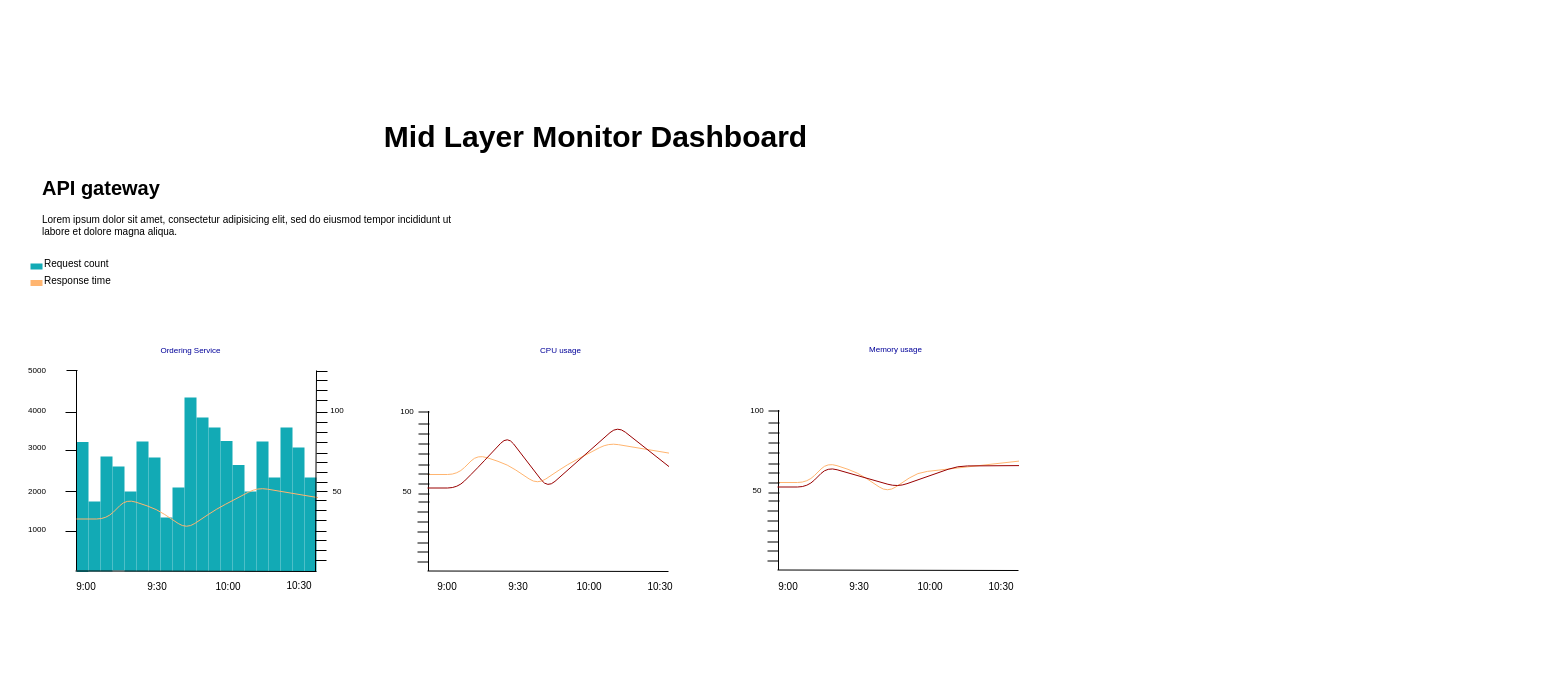
Earlier version of the draw.io diagram Starbucks Middle Layer Monitor Dashboard.drawio (sotheair/designs). Source tidied: cells renumbered, new cells numbered last; positions are measured from the earlier drawing's top-left corner, leaving out a move shared by most shapes. Both pictures are drawn from the tidied source at 100%, with x=0, y=0 at pixel (17, 116).
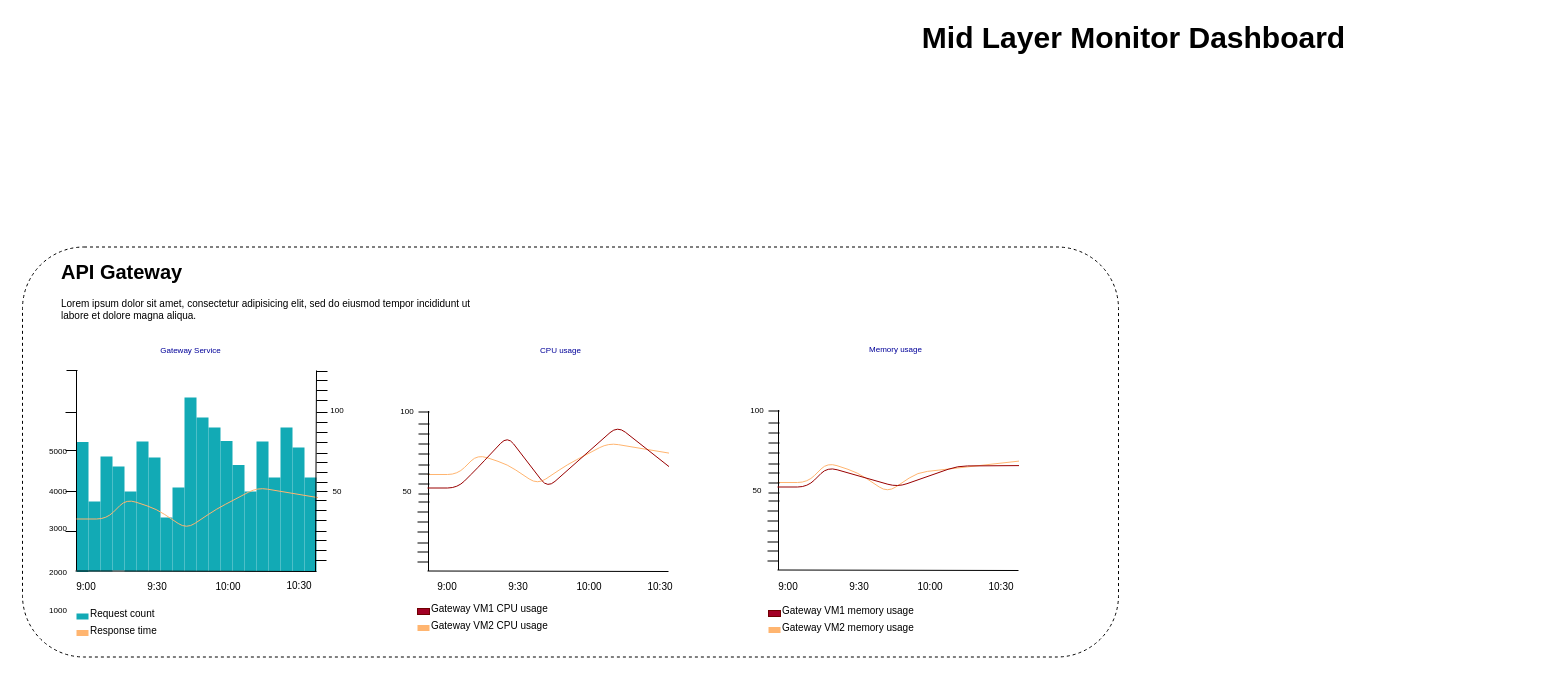
The same diagram, later.

Diff of the diagram source:
```diff
@@
+    <mxCell id="123" style="rounded=1;whiteSpace=wrap;html=1;dashed=1;" parent="1" vertex="1">
+      <mxGeometry x="5" y="130.5" width="1096" height="410" as="geometry" />
+    </mxCell>
@@
     <mxCell id="3" style="whiteSpace=wrap;fillColor=#12AAB5;gradientColor=none;gradientDirection=east;strokeColor=none;html=1;fontColor=#23445d;" parent="1" vertex="1">
-      <mxGeometry x="13" y="147" width="12" height="6" as="geometry" />
+      <mxGeometry x="59" y="497" width="12" height="6" as="geometry" />
     </mxCell>
     <mxCell id="4" value="Request count" style="text;spacingTop=-5;html=1;fontSize=10;" parent="1" vertex="1">
-      <mxGeometry x="25" y="140" width="80" height="20" as="geometry" />
+      <mxGeometry x="71" y="490" width="80" height="20" as="geometry" />
     </mxCell>
     <mxCell id="5" value="Mid Layer Monitor Dashboard" style="text;spacingTop=-5;align=center;verticalAlign=middle;fontSize=30;fontStyle=1;html=1;" parent="1" vertex="1">
-      <mxGeometry x="173" width="810" height="45" as="geometry" />
+      <mxGeometry x="711" y="-99.5" width="810" height="45" as="geometry" />
     </mxCell>
@@
     <mxCell id="54" value="&lt;font style=&quot;font-size: 8px;&quot;&gt;1000&lt;/font&gt;" style="text;html=1;align=center;verticalAlign=middle;whiteSpace=wrap;rounded=0;fontSize=8;" parent="1" vertex="1">
-      <mxGeometry y="403" width="40" height="20" as="geometry" />
+      <mxGeometry x="21" y="483.5" width="40" height="20" as="geometry" />
     </mxCell>
     <mxCell id="55" value="&lt;font style=&quot;font-size: 8px&quot;&gt;2000&lt;/font&gt;" style="text;html=1;align=center;verticalAlign=middle;whiteSpace=wrap;rounded=0;fontSize=8;" parent="1" vertex="1">
-      <mxGeometry y="365" width="40" height="20" as="geometry" />
+      <mxGeometry x="21" y="445.5" width="40" height="20" as="geometry" />
     </mxCell>
     <mxCell id="56" value="&lt;font style=&quot;font-size: 8px&quot;&gt;3000&lt;/font&gt;" style="text;html=1;align=center;verticalAlign=middle;whiteSpace=wrap;rounded=0;fontSize=8;" parent="1" vertex="1">
-      <mxGeometry y="321" width="40" height="20" as="geometry" />
+      <mxGeometry x="21" y="401.5" width="40" height="20" as="geometry" />
     </mxCell>
     <mxCell id="57" value="&lt;font style=&quot;font-size: 8px&quot;&gt;4000&lt;/font&gt;" style="text;html=1;align=center;verticalAlign=middle;whiteSpace=wrap;rounded=0;fontSize=8;" parent="1" vertex="1">
-      <mxGeometry y="284" width="40" height="20" as="geometry" />
+      <mxGeometry x="21" y="364.5" width="40" height="20" as="geometry" />
     </mxCell>
     <mxCell id="58" value="&lt;font style=&quot;font-size: 8px&quot;&gt;5000&lt;/font&gt;" style="text;html=1;align=center;verticalAlign=middle;whiteSpace=wrap;rounded=0;fontSize=8;" parent="1" vertex="1">
-      <mxGeometry y="244" width="40" height="20" as="geometry" />
+      <mxGeometry x="21" y="324.5" width="40" height="20" as="geometry" />
     </mxCell>
@@
-    <mxCell id="61" value="Ordering Service" style="text;html=1;strokeColor=none;fillColor=none;align=center;verticalAlign=middle;whiteSpace=wrap;rounded=0;fontSize=8;fontColor=#000099;" parent="1" vertex="1">
+    <mxCell id="61" value="Gateway Service" style="text;html=1;strokeColor=none;fillColor=none;align=center;verticalAlign=middle;whiteSpace=wrap;rounded=0;fontSize=8;fontColor=#000099;" parent="1" vertex="1">
       <mxGeometry x="120" y="224" width="107" height="20" as="geometry" />
     </mxCell>
     <mxCell id="62" style="whiteSpace=wrap;fillColor=#FFB570;gradientColor=none;gradientDirection=east;strokeColor=none;html=1;fontColor=#23445d;" parent="1" vertex="1">
-      <mxGeometry x="13" y="163.5" width="12" height="6" as="geometry" />
+      <mxGeometry x="59" y="513.5" width="12" height="6" as="geometry" />
     </mxCell>
     <mxCell id="63" value="Response time" style="text;spacingTop=-5;html=1;fontSize=10;" parent="1" vertex="1">
-      <mxGeometry x="25" y="156.5" width="80" height="20" as="geometry" />
+      <mxGeometry x="71" y="506.5" width="80" height="20" as="geometry" />
     </mxCell>
@@
-    <mxCell id="122" value="&lt;h1&gt;API gateway&lt;/h1&gt;&lt;p&gt;Lorem ipsum dolor sit amet, consectetur adipisicing elit, sed do eiusmod tempor incididunt ut labore et dolore magna aliqua.&lt;/p&gt;" style="text;html=1;strokeColor=none;fillColor=none;spacing=5;spacingTop=-20;whiteSpace=wrap;overflow=hidden;rounded=0;shadow=0;dashed=1;dashPattern=1 2;comic=0;labelBackgroundColor=none;fontSize=10;opacity=0;" parent="1" vertex="1">
-      <mxGeometry x="20" y="56.5" width="432" height="120" as="geometry" />
+    <mxCell id="122" value="&lt;h1&gt;API Gateway&lt;/h1&gt;&lt;p&gt;Lorem ipsum dolor sit amet, consectetur adipisicing elit, sed do eiusmod tempor incididunt ut labore et dolore magna aliqua.&lt;/p&gt;" style="text;html=1;strokeColor=none;fillColor=none;spacing=5;spacingTop=-20;whiteSpace=wrap;overflow=hidden;rounded=0;shadow=0;dashed=1;dashPattern=1 2;comic=0;labelBackgroundColor=none;fontSize=10;opacity=0;" parent="1" vertex="1">
+      <mxGeometry x="39" y="140.5" width="432" height="80" as="geometry" />
     </mxCell>
+    <mxCell id="124" style="whiteSpace=wrap;fillColor=#a20025;gradientDirection=east;strokeColor=#6F0000;html=1;fontColor=#ffffff;" parent="1" vertex="1">
+      <mxGeometry x="400" y="492" width="12" height="6" as="geometry" />
+    </mxCell>
+    <mxCell id="125" value="Gateway VM1 CPU usage" style="text;spacingTop=-5;html=1;fontSize=10;" parent="1" vertex="1">
+      <mxGeometry x="412" y="485" width="80" height="20" as="geometry" />
+    </mxCell>
+    <mxCell id="126" style="whiteSpace=wrap;fillColor=#FFB570;gradientColor=none;gradientDirection=east;strokeColor=none;html=1;fontColor=#23445d;" parent="1" vertex="1">
+      <mxGeometry x="400" y="508.5" width="12" height="6" as="geometry" />
+    </mxCell>
+    <mxCell id="127" value="Gateway VM2 CPU usage" style="text;spacingTop=-5;html=1;fontSize=10;" parent="1" vertex="1">
+      <mxGeometry x="412" y="501.5" width="80" height="20" as="geometry" />
+    </mxCell>
+    <mxCell id="128" style="whiteSpace=wrap;fillColor=#a20025;gradientDirection=east;strokeColor=#6F0000;html=1;fontColor=#ffffff;" parent="1" vertex="1">
+      <mxGeometry x="751" y="494" width="12" height="6" as="geometry" />
+    </mxCell>
+    <mxCell id="129" value="Gateway VM1 memory usage" style="text;spacingTop=-5;html=1;fontSize=10;" parent="1" vertex="1">
+      <mxGeometry x="763" y="487" width="80" height="20" as="geometry" />
+    </mxCell>
+    <mxCell id="130" style="whiteSpace=wrap;fillColor=#FFB570;gradientColor=none;gradientDirection=east;strokeColor=none;html=1;fontColor=#23445d;" parent="1" vertex="1">
+      <mxGeometry x="751" y="510.5" width="12" height="6" as="geometry" />
+    </mxCell>
+    <mxCell id="131" value="Gateway VM2 memory usage" style="text;spacingTop=-5;html=1;fontSize=10;" parent="1" vertex="1">
+      <mxGeometry x="763" y="503.5" width="80" height="20" as="geometry" />
+    </mxCell>
```
